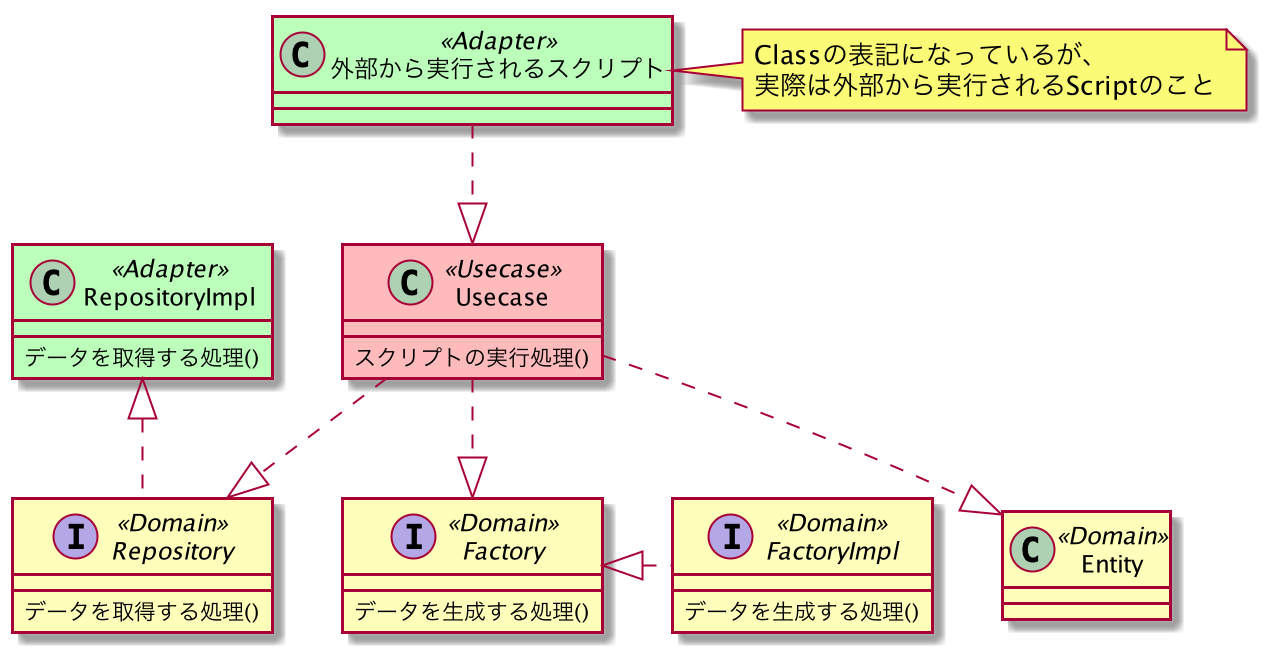
Before: question1/document/arch.png, a diagram exported from PlantUML (mk2taiga/dely-test). Its source is kept beside it as question1/document/arch.puml.
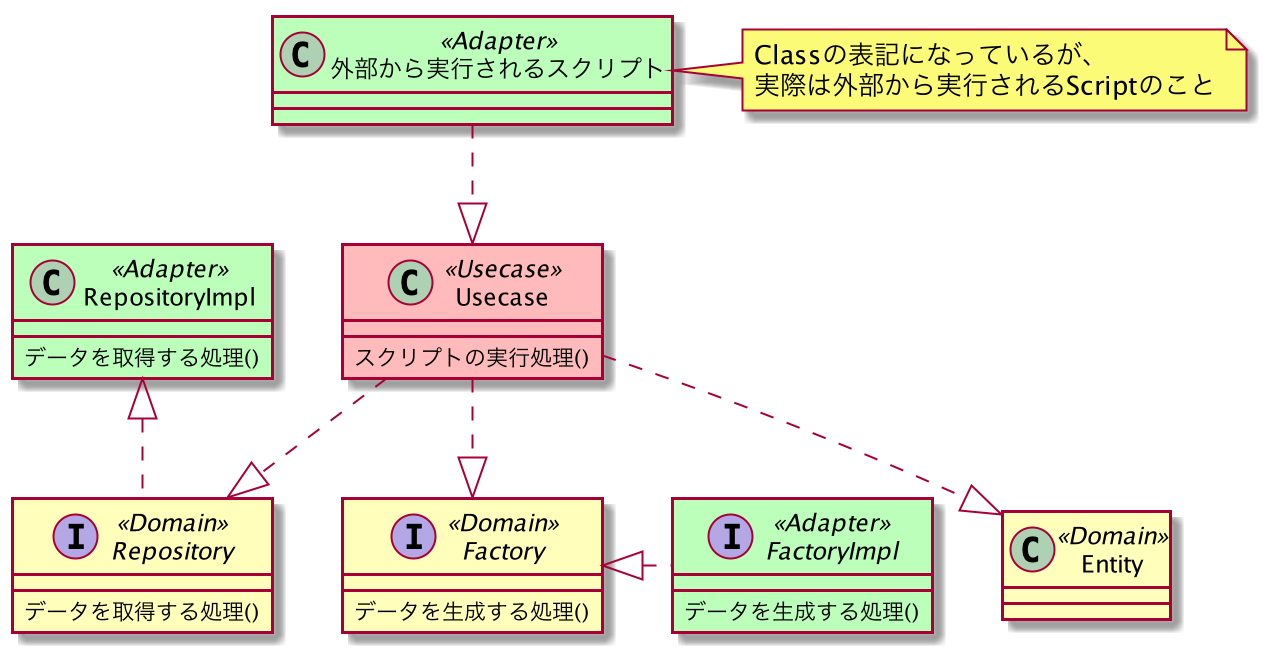
After the change.

What changed in the source:
```diff
@@ -29,15 +29,15 @@
     データを生成する処理()
 }
 
-interface FactoryImpl <<Domain>> {
+interface FactoryImpl <<Adapter>> {
     データを生成する処理()
 }
 
 外部から実行されるスクリプト .down.|> Usecase
 Repository .up.|> RepositoryImpl
-Usecase .down.|> Repository
 Usecase .down.|> Factory
 FactoryImpl .left.|>Factory
+Usecase .down.|> Repository
 Usecase .down.|> Entity
 
 @enduml
```
